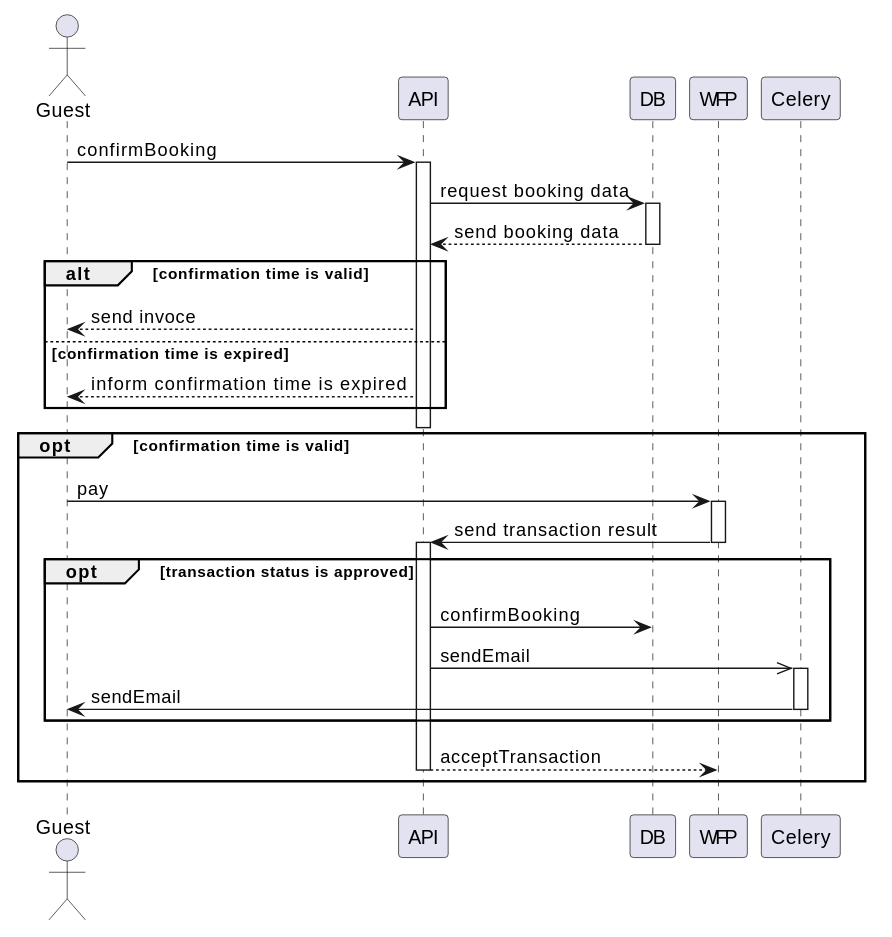
opvlad/kpi-mavpz keeps this PlantUML diagram as lab3/sequence-1.svg. Above is the earlier version.
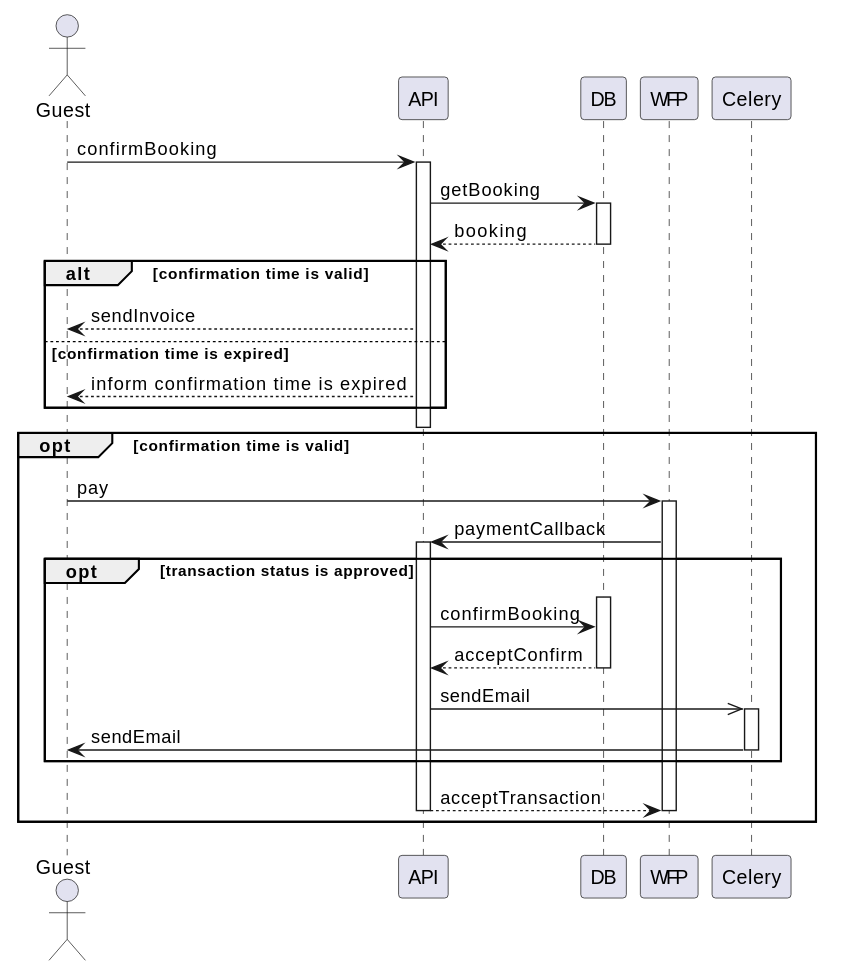
The same diagram one commit later.

Diff of the diagram source:
```diff
@@ -4,13 +4,13 @@
 guest -> API : confirmBooking
 
 activate API
-API -> DB : request booking data
+API -> DB : getBooking
 activate DB
-DB --> API : send booking data
+DB --> API : booking
 deactivate DB
 
 alt confirmation time is valid
-API --> guest : send invoce
+API --> guest : sendInvoice
 else confirmation time is expired
 API --> guest : inform confirmation time is expired
 end
@@ -19,17 +19,20 @@
 opt confirmation time is valid
 guest -> WFP : pay
 activate WFP
-WFP -> API : send transaction result
-deactivate WFP
+WFP -> API : paymentCallback
 activate API
 opt transaction status is approved
+activate DB
 API -> DB : confirmBooking
+DB --> API : acceptConfirm
+deactivate DB
 API ->> Celery : sendEmail
 activate Celery
 Celery -> guest : sendEmail
 deactivate Celery
 end
 API --> WFP : acceptTransaction
+deactivate WFP
 deactivate API
 end
 @enduml
```
